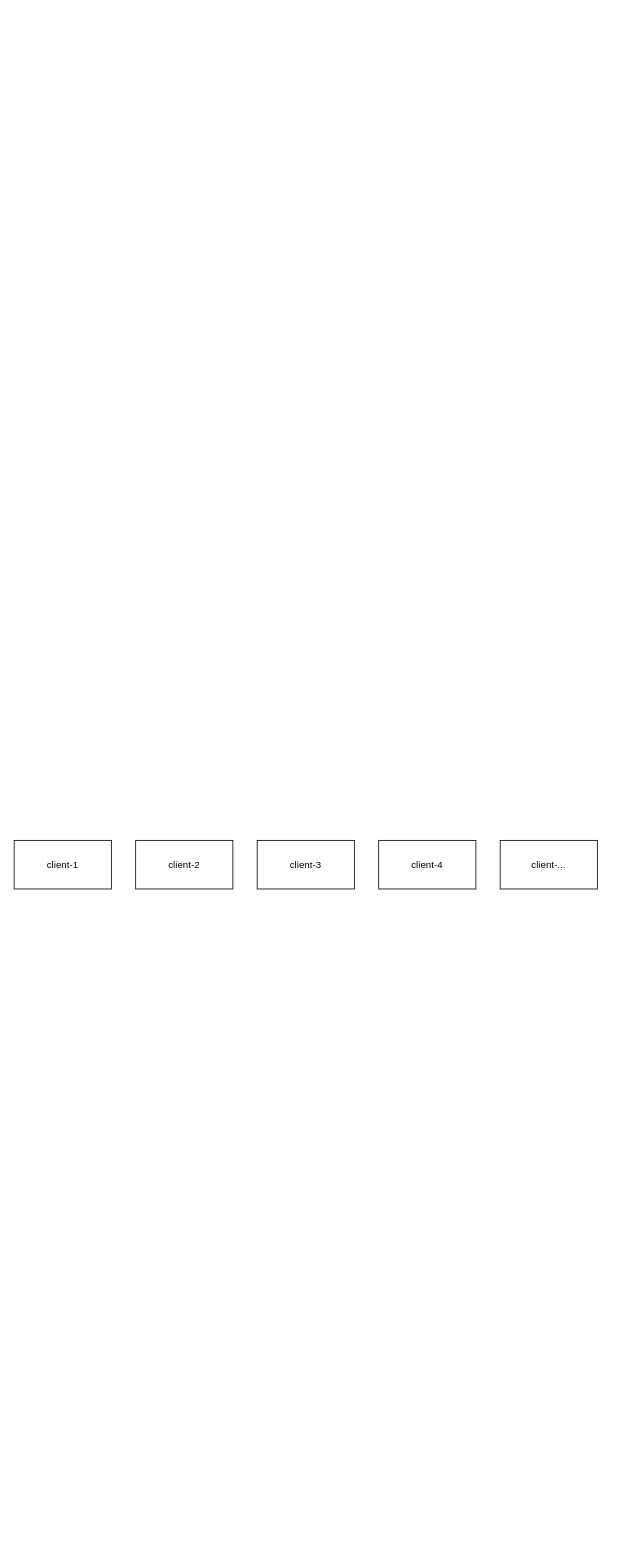
Above: 金丝雀.drawio in catface996/images (draw.io), before the change. Source tidied: cells renumbered, new cells numbered last; positions are measured from the earlier drawing's top-left corner, leaving out a move shared by most shapes. Both pictures are drawn from the tidied source at 81%, with x=0, y=0 at pixel (14, 840).
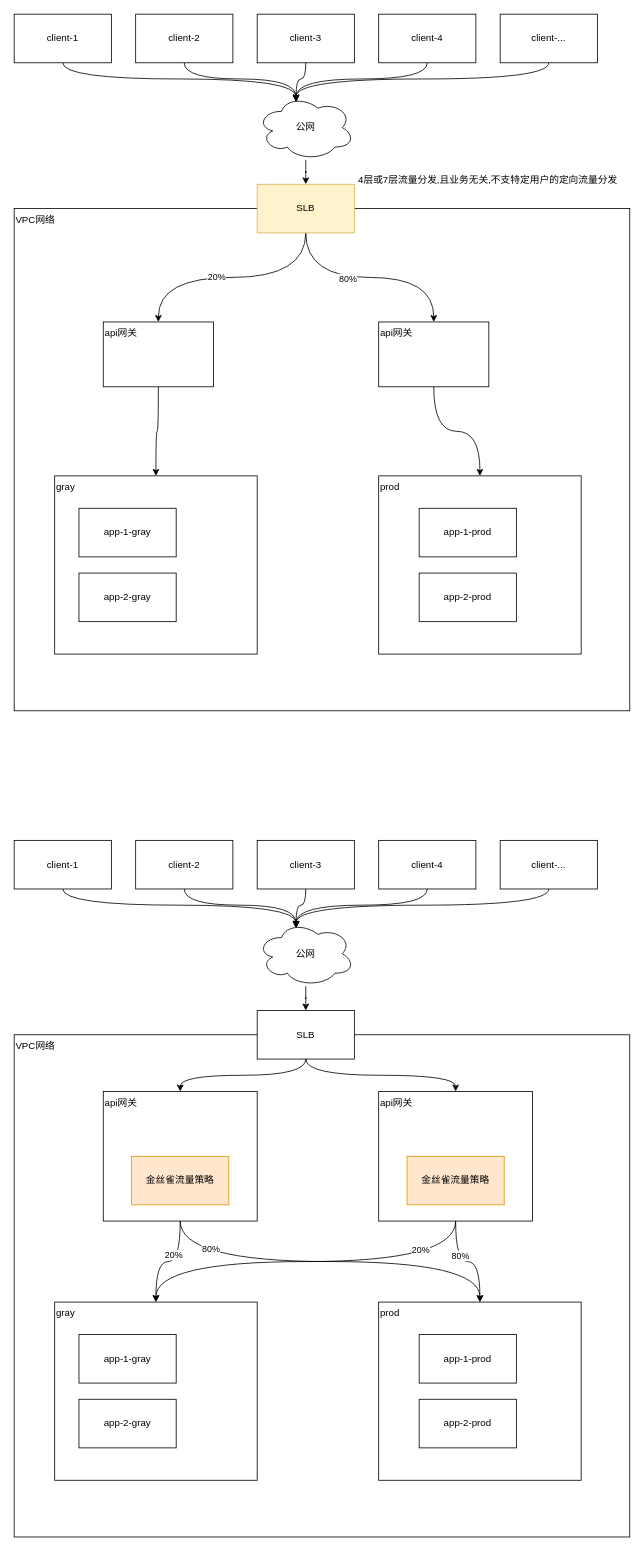
The same page after the edit.

Commit message (it also covers changes not shown here):
更新金丝雀.drawio

Unchanged cells that the change refers to:
```xml
<mxCell id="2" value="client-1" style="rounded=0;whiteSpace=wrap;html=1;" parent="1" vertex="1">
  <mxGeometry width="120" height="60" as="geometry" />
</mxCell>
<mxCell id="3" value="client-2" style="rounded=0;whiteSpace=wrap;html=1;" parent="1" vertex="1">
  <mxGeometry x="150" width="120" height="60" as="geometry" />
</mxCell>
<mxCell id="4" value="client-3" style="rounded=0;whiteSpace=wrap;html=1;" parent="1" vertex="1">
  <mxGeometry x="300" width="120" height="60" as="geometry" />
</mxCell>
<mxCell id="5" value="client-4" style="rounded=0;whiteSpace=wrap;html=1;" parent="1" vertex="1">
  <mxGeometry x="450" width="120" height="60" as="geometry" />
</mxCell>
<mxCell id="6" value="client-..." style="rounded=0;whiteSpace=wrap;html=1;" parent="1" vertex="1">
  <mxGeometry x="600" width="120" height="60" as="geometry" />
</mxCell>
```

Change to the diagram source:
```diff
@@
+    <mxCell id="7" style="edgeStyle=orthogonalEdgeStyle;rounded=0;jettySize=auto;html=1;entryX=0.4;entryY=0.1;entryDx=0;entryDy=0;entryPerimeter=0;curved=1;exitX=0.5;exitY=1;exitDx=0;exitDy=0;" parent="1" edge="1" source="2" target="13">
+      <mxGeometry relative="1" as="geometry" />
+    </mxCell>
@@
+    <mxCell id="8" style="edgeStyle=orthogonalEdgeStyle;curved=1;rounded=0;jettySize=auto;html=1;entryX=0.4;entryY=0.1;entryDx=0;entryDy=0;entryPerimeter=0;exitX=0.5;exitY=1;exitDx=0;exitDy=0;" parent="1" edge="1" source="3" target="13">
+      <mxGeometry relative="1" as="geometry" />
+    </mxCell>
@@
+    <mxCell id="9" style="edgeStyle=orthogonalEdgeStyle;curved=1;rounded=0;jettySize=auto;html=1;entryX=0.4;entryY=0.1;entryDx=0;entryDy=0;entryPerimeter=0;" parent="1" edge="1" source="4" target="13">
+      <mxGeometry relative="1" as="geometry" />
+    </mxCell>
@@
+    <mxCell id="10" style="edgeStyle=orthogonalEdgeStyle;curved=1;rounded=0;jettySize=auto;html=1;entryX=0.4;entryY=0.1;entryDx=0;entryDy=0;entryPerimeter=0;exitX=0.5;exitY=1;exitDx=0;exitDy=0;" parent="1" edge="1" source="5" target="13">
+      <mxGeometry relative="1" as="geometry" />
+    </mxCell>
@@
+    <mxCell id="11" style="edgeStyle=orthogonalEdgeStyle;curved=1;rounded=0;jettySize=auto;html=1;entryX=0.4;entryY=0.1;entryDx=0;entryDy=0;entryPerimeter=0;exitX=0.5;exitY=1;exitDx=0;exitDy=0;" parent="1" edge="1" source="6" target="13">
+      <mxGeometry relative="1" as="geometry" />
+    </mxCell>
@@
+    <mxCell id="12" style="edgeStyle=orthogonalEdgeStyle;curved=1;rounded=0;jettySize=auto;html=1;entryX=0.5;entryY=0;entryDx=0;entryDy=0;" parent="1" edge="1" source="13" target="17">
+      <mxGeometry relative="1" as="geometry" />
+    </mxCell>
+    <mxCell id="13" value="公网" style="ellipse;shape=cloud;whiteSpace=wrap;html=1;" parent="1" vertex="1">
+      <mxGeometry x="300" y="100" width="120" height="80" as="geometry" />
+    </mxCell>
+    <mxCell id="14" value="VPC网络" style="rounded=0;whiteSpace=wrap;html=1;align=left;verticalAlign=top;" parent="1" vertex="1">
+      <mxGeometry y="240" width="760" height="620" as="geometry" />
+    </mxCell>
+    <mxCell id="15" style="edgeStyle=orthogonalEdgeStyle;curved=1;rounded=0;jettySize=auto;html=1;entryX=0.5;entryY=0;entryDx=0;entryDy=0;" parent="1" edge="1" source="17" target="24">
+      <mxGeometry relative="1" as="geometry" />
+    </mxCell>
+    <mxCell id="16" style="edgeStyle=orthogonalEdgeStyle;curved=1;rounded=0;jettySize=auto;html=1;entryX=0.5;entryY=0;entryDx=0;entryDy=0;exitX=0.5;exitY=1;exitDx=0;exitDy=0;" parent="1" edge="1" source="17" target="30">
+      <mxGeometry relative="1" as="geometry" />
+    </mxCell>
+    <mxCell id="17" value="SLB" style="rounded=0;whiteSpace=wrap;html=1;" parent="1" vertex="1">
+      <mxGeometry x="300" y="210" width="120" height="60" as="geometry" />
+    </mxCell>
+    <mxCell id="18" value="gray" style="rounded=0;whiteSpace=wrap;html=1;align=left;verticalAlign=top;" parent="1" vertex="1">
+      <mxGeometry x="50" y="570" width="250" height="220" as="geometry" />
+    </mxCell>
+    <mxCell id="19" value="prod" style="rounded=0;whiteSpace=wrap;html=1;align=left;verticalAlign=top;" parent="1" vertex="1">
+      <mxGeometry x="450" y="570" width="250" height="220" as="geometry" />
+    </mxCell>
+    <mxCell id="20" style="edgeStyle=orthogonalEdgeStyle;curved=1;rounded=0;jettySize=auto;html=1;entryX=0.5;entryY=0;entryDx=0;entryDy=0;" parent="1" edge="1" source="24" target="18">
+      <mxGeometry relative="1" as="geometry" />
+    </mxCell>
+    <mxCell id="21" value="20%" style="edgeLabel;html=1;align=center;verticalAlign=middle;" parent="20" vertex="1">
+      <mxGeometry x="-0.09" y="-9" relative="1" as="geometry" />
+    </mxCell>
+    <mxCell id="22" style="edgeStyle=orthogonalEdgeStyle;curved=1;rounded=0;jettySize=auto;html=1;entryX=0.5;entryY=0;entryDx=0;entryDy=0;exitX=0.5;exitY=1;exitDx=0;exitDy=0;" parent="1" edge="1" source="24" target="19">
+      <mxGeometry relative="1" as="geometry" />
+    </mxCell>
+    <mxCell id="23" value="80%" style="edgeLabel;html=1;align=center;verticalAlign=middle;" parent="22" vertex="1">
+      <mxGeometry x="-0.63" y="16" relative="1" as="geometry" />
+    </mxCell>
+    <mxCell id="24" value="api网关" style="rounded=0;whiteSpace=wrap;html=1;align=left;verticalAlign=top;" parent="1" vertex="1">
+      <mxGeometry x="110" y="310" width="190" height="160" as="geometry" />
+    </mxCell>
+    <mxCell id="25" value="金丝雀流量策略" style="rounded=0;whiteSpace=wrap;html=1;fillColor=#ffe6cc;strokeColor=#d79b00;" parent="1" vertex="1">
+      <mxGeometry x="145" y="390" width="120" height="60" as="geometry" />
+    </mxCell>
+    <mxCell id="26" style="edgeStyle=orthogonalEdgeStyle;curved=1;rounded=0;jettySize=auto;html=1;entryX=0.5;entryY=0;entryDx=0;entryDy=0;exitX=0.5;exitY=1;exitDx=0;exitDy=0;" parent="1" edge="1" source="30" target="18">
+      <mxGeometry relative="1" as="geometry" />
+    </mxCell>
+    <mxCell id="27" value="20%" style="edgeLabel;html=1;align=center;verticalAlign=middle;" parent="26" vertex="1">
+      <mxGeometry x="-0.6" y="-15" relative="1" as="geometry" />
+    </mxCell>
+    <mxCell id="28" style="edgeStyle=orthogonalEdgeStyle;curved=1;rounded=0;jettySize=auto;html=1;entryX=0.5;entryY=0;entryDx=0;entryDy=0;" parent="1" edge="1" source="30" target="19">
+      <mxGeometry relative="1" as="geometry" />
+    </mxCell>
+    <mxCell id="29" value="80%" style="edgeLabel;html=1;align=center;verticalAlign=middle;" parent="28" vertex="1">
+      <mxGeometry x="-0.35" y="5" relative="1" as="geometry" />
+    </mxCell>
+    <mxCell id="30" value="api网关" style="rounded=0;whiteSpace=wrap;html=1;align=left;verticalAlign=top;" parent="1" vertex="1">
+      <mxGeometry x="450" y="310" width="190" height="160" as="geometry" />
+    </mxCell>
+    <mxCell id="31" value="金丝雀流量策略" style="rounded=0;whiteSpace=wrap;html=1;fillColor=#ffe6cc;strokeColor=#d79b00;" parent="1" vertex="1">
+      <mxGeometry x="485" y="390" width="120" height="60" as="geometry" />
+    </mxCell>
+    <mxCell id="32" value="app-1-gray" style="rounded=0;whiteSpace=wrap;html=1;" parent="1" vertex="1">
+      <mxGeometry x="80" y="610" width="120" height="60" as="geometry" />
+    </mxCell>
+    <mxCell id="33" value="app-2-gray" style="rounded=0;whiteSpace=wrap;html=1;" parent="1" vertex="1">
+      <mxGeometry x="80" y="690" width="120" height="60" as="geometry" />
+    </mxCell>
+    <mxCell id="34" value="app-1-prod" style="rounded=0;whiteSpace=wrap;html=1;" parent="1" vertex="1">
+      <mxGeometry x="500" y="610" width="120" height="60" as="geometry" />
+    </mxCell>
+    <mxCell id="35" value="app-2-prod" style="rounded=0;whiteSpace=wrap;html=1;" parent="1" vertex="1">
+      <mxGeometry x="500" y="690" width="120" height="60" as="geometry" />
+    </mxCell>
+    <mxCell id="36" style="edgeStyle=orthogonalEdgeStyle;rounded=0;jettySize=auto;html=1;entryX=0.4;entryY=0.1;entryDx=0;entryDy=0;entryPerimeter=0;curved=1;exitX=0.5;exitY=1;exitDx=0;exitDy=0;" parent="1" edge="1" source="37" target="47">
+      <mxGeometry relative="1" as="geometry" />
+    </mxCell>
+    <mxCell id="37" value="client-1" style="rounded=0;whiteSpace=wrap;html=1;" parent="1" vertex="1">
+      <mxGeometry y="-1020" width="120" height="60" as="geometry" />
+    </mxCell>
+    <mxCell id="38" style="edgeStyle=orthogonalEdgeStyle;curved=1;rounded=0;jettySize=auto;html=1;entryX=0.4;entryY=0.1;entryDx=0;entryDy=0;entryPerimeter=0;exitX=0.5;exitY=1;exitDx=0;exitDy=0;" parent="1" edge="1" source="39" target="47">
+      <mxGeometry relative="1" as="geometry" />
+    </mxCell>
+    <mxCell id="39" value="client-2" style="rounded=0;whiteSpace=wrap;html=1;" parent="1" vertex="1">
+      <mxGeometry x="150" y="-1020" width="120" height="60" as="geometry" />
+    </mxCell>
+    <mxCell id="40" style="edgeStyle=orthogonalEdgeStyle;curved=1;rounded=0;jettySize=auto;html=1;entryX=0.4;entryY=0.1;entryDx=0;entryDy=0;entryPerimeter=0;" parent="1" edge="1" source="41" target="47">
+      <mxGeometry relative="1" as="geometry" />
+    </mxCell>
+    <mxCell id="41" value="client-3" style="rounded=0;whiteSpace=wrap;html=1;" parent="1" vertex="1">
+      <mxGeometry x="300" y="-1020" width="120" height="60" as="geometry" />
+    </mxCell>
+    <mxCell id="42" style="edgeStyle=orthogonalEdgeStyle;curved=1;rounded=0;jettySize=auto;html=1;entryX=0.4;entryY=0.1;entryDx=0;entryDy=0;entryPerimeter=0;exitX=0.5;exitY=1;exitDx=0;exitDy=0;" parent="1" edge="1" source="43" target="47">
+      <mxGeometry relative="1" as="geometry" />
+    </mxCell>
+    <mxCell id="43" value="client-4" style="rounded=0;whiteSpace=wrap;html=1;" parent="1" vertex="1">
+      <mxGeometry x="450" y="-1020" width="120" height="60" as="geometry" />
+    </mxCell>
+    <mxCell id="44" style="edgeStyle=orthogonalEdgeStyle;curved=1;rounded=0;jettySize=auto;html=1;entryX=0.4;entryY=0.1;entryDx=0;entryDy=0;entryPerimeter=0;exitX=0.5;exitY=1;exitDx=0;exitDy=0;" parent="1" edge="1" source="45" target="47">
+      <mxGeometry relative="1" as="geometry" />
+    </mxCell>
+    <mxCell id="45" value="client-..." style="rounded=0;whiteSpace=wrap;html=1;" parent="1" vertex="1">
+      <mxGeometry x="600" y="-1020" width="120" height="60" as="geometry" />
+    </mxCell>
+    <mxCell id="46" style="edgeStyle=orthogonalEdgeStyle;curved=1;rounded=0;jettySize=auto;html=1;entryX=0.5;entryY=0;entryDx=0;entryDy=0;" parent="1" edge="1" source="47" target="53">
+      <mxGeometry relative="1" as="geometry" />
+    </mxCell>
+    <mxCell id="47" value="公网" style="ellipse;shape=cloud;whiteSpace=wrap;html=1;" parent="1" vertex="1">
+      <mxGeometry x="300" y="-920" width="120" height="80" as="geometry" />
+    </mxCell>
+    <mxCell id="48" value="VPC网络" style="rounded=0;whiteSpace=wrap;html=1;align=left;verticalAlign=top;" parent="1" vertex="1">
+      <mxGeometry y="-780" width="760" height="620" as="geometry" />
+    </mxCell>
+    <mxCell id="49" style="edgeStyle=orthogonalEdgeStyle;curved=1;rounded=0;jettySize=auto;html=1;entryX=0.5;entryY=0;entryDx=0;entryDy=0;exitX=0.5;exitY=1;exitDx=0;exitDy=0;" parent="1" edge="1" source="53" target="57">
+      <mxGeometry relative="1" as="geometry" />
+    </mxCell>
+    <mxCell id="50" value="20%" style="edgeLabel;html=1;align=center;verticalAlign=middle;" parent="49" vertex="1">
+      <mxGeometry x="0.14" y="-1" relative="1" as="geometry" />
+    </mxCell>
+    <mxCell id="51" style="edgeStyle=orthogonalEdgeStyle;curved=1;rounded=0;jettySize=auto;html=1;entryX=0.5;entryY=0;entryDx=0;entryDy=0;exitX=0.5;exitY=1;exitDx=0;exitDy=0;" parent="1" edge="1" source="53" target="59">
+      <mxGeometry relative="1" as="geometry" />
+    </mxCell>
+    <mxCell id="52" value="80%" style="edgeLabel;html=1;align=center;verticalAlign=middle;" parent="51" vertex="1">
+      <mxGeometry x="-0.21" y="-1" relative="1" as="geometry" />
+    </mxCell>
+    <mxCell id="53" value="SLB" style="rounded=0;whiteSpace=wrap;html=1;fillColor=#fff2cc;strokeColor=#d6b656;" parent="1" vertex="1">
+      <mxGeometry x="300" y="-810" width="120" height="60" as="geometry" />
+    </mxCell>
+    <mxCell id="54" value="gray" style="rounded=0;whiteSpace=wrap;html=1;align=left;verticalAlign=top;" parent="1" vertex="1">
+      <mxGeometry x="50" y="-450" width="250" height="220" as="geometry" />
+    </mxCell>
+    <mxCell id="55" value="prod" style="rounded=0;whiteSpace=wrap;html=1;align=left;verticalAlign=top;" parent="1" vertex="1">
+      <mxGeometry x="450" y="-450" width="250" height="220" as="geometry" />
+    </mxCell>
+    <mxCell id="56" style="edgeStyle=orthogonalEdgeStyle;curved=1;rounded=0;jettySize=auto;html=1;entryX=0.5;entryY=0;entryDx=0;entryDy=0;" parent="1" edge="1" source="57" target="54">
+      <mxGeometry relative="1" as="geometry" />
+    </mxCell>
+    <mxCell id="57" value="api网关" style="rounded=0;whiteSpace=wrap;html=1;align=left;verticalAlign=top;" parent="1" vertex="1">
+      <mxGeometry x="110" y="-640" width="136" height="80" as="geometry" />
+    </mxCell>
+    <mxCell id="58" style="edgeStyle=orthogonalEdgeStyle;curved=1;rounded=0;jettySize=auto;html=1;entryX=0.5;entryY=0;entryDx=0;entryDy=0;" parent="1" edge="1" source="59" target="55">
+      <mxGeometry relative="1" as="geometry" />
+    </mxCell>
+    <mxCell id="59" value="api网关" style="rounded=0;whiteSpace=wrap;html=1;align=left;verticalAlign=top;" parent="1" vertex="1">
+      <mxGeometry x="450" y="-640" width="136" height="80" as="geometry" />
+    </mxCell>
+    <mxCell id="60" value="app-1-gray" style="rounded=0;whiteSpace=wrap;html=1;" parent="1" vertex="1">
+      <mxGeometry x="80" y="-410" width="120" height="60" as="geometry" />
+    </mxCell>
+    <mxCell id="61" value="app-2-gray" style="rounded=0;whiteSpace=wrap;html=1;" parent="1" vertex="1">
+      <mxGeometry x="80" y="-330" width="120" height="60" as="geometry" />
+    </mxCell>
+    <mxCell id="62" value="app-1-prod" style="rounded=0;whiteSpace=wrap;html=1;" parent="1" vertex="1">
+      <mxGeometry x="500" y="-410" width="120" height="60" as="geometry" />
+    </mxCell>
+    <mxCell id="63" value="app-2-prod" style="rounded=0;whiteSpace=wrap;html=1;" parent="1" vertex="1">
+      <mxGeometry x="500" y="-330" width="120" height="60" as="geometry" />
+    </mxCell>
+    <mxCell id="64" value="4层或7层流量分发,且业务无关,不支特定用户的定向流量分发" style="text;html=1;strokeColor=none;fillColor=none;align=center;verticalAlign=middle;whiteSpace=wrap;rounded=0;" parent="1" vertex="1">
+      <mxGeometry x="420" y="-830" width="330" height="30" as="geometry" />
+    </mxCell>
```
